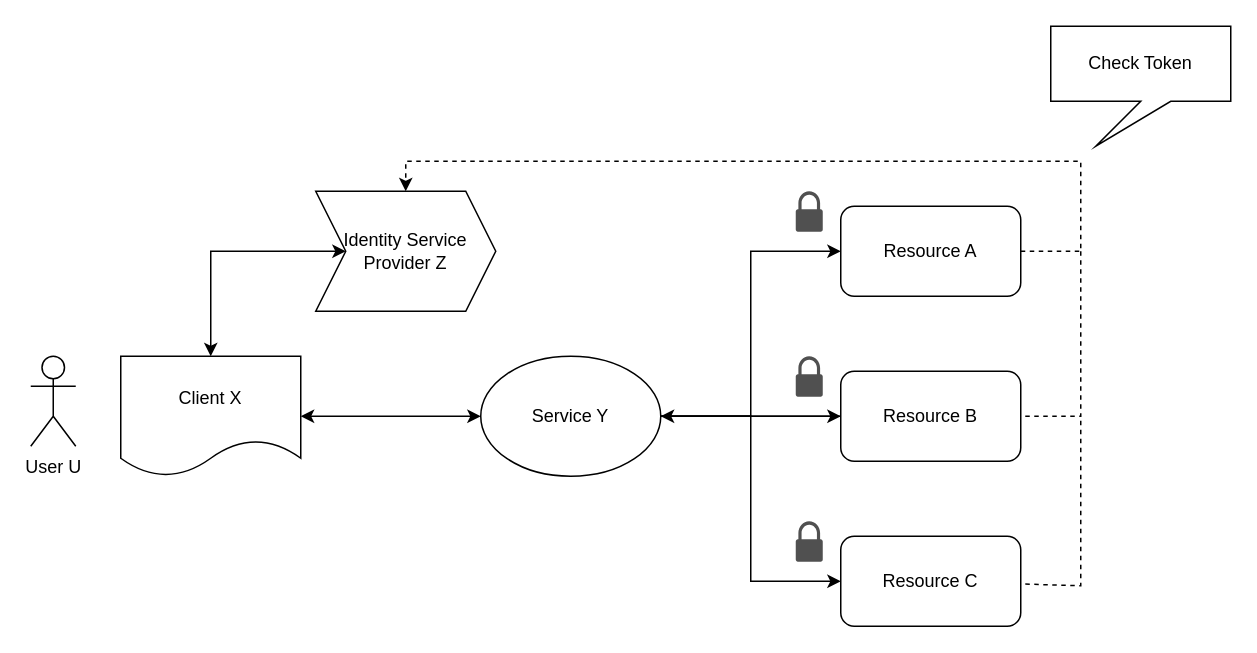
The draw.io diagram page "Transparante Orkestratie" (2 of 4) of overleggen/Werkgroep API design rules/orkestratie/orkestratie.drawio in Geonovum/KP-APIs, before the edit. Source tidied: cells renumbered, new cells numbered last; positions are measured from the earlier drawing's top-left corner, leaving out a move shared by most shapes. Both pictures are drawn from the tidied source at 150%, with x=0, y=0 at pixel (30, 26).
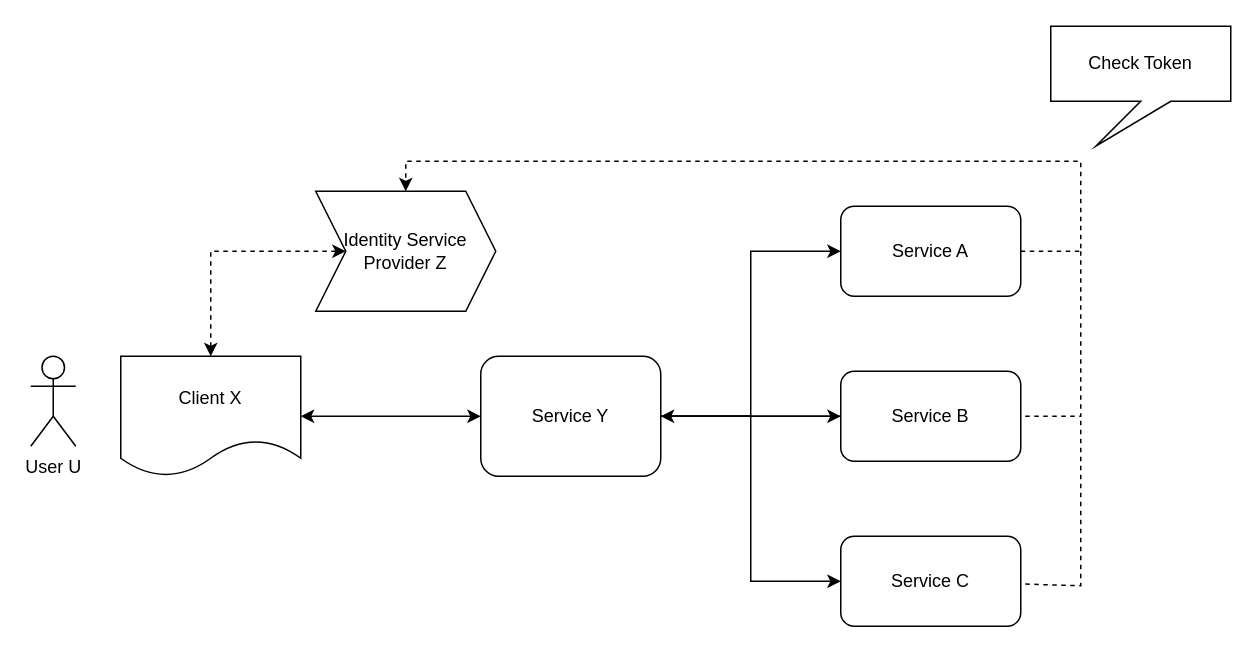
After the change.

The change refers to these unchanged cells:
```xml
<mxCell id="8" value="Client X" style="shape=document;whiteSpace=wrap;html=1;boundedLbl=1;" parent="1" vertex="1">
  <mxGeometry x="60" y="220" width="120" height="80" as="geometry" />
</mxCell>
<mxCell id="14" value="Identity Service Provider Z" style="shape=step;perimeter=stepPerimeter;whiteSpace=wrap;html=1;fixedSize=1;" parent="1" vertex="1">
  <mxGeometry x="190" y="110" width="120" height="80" as="geometry" />
</mxCell>
```

What changed in the source:
```diff
@@
-    <mxCell id="5" value="Service Y" style="ellipse;whiteSpace=wrap;html=1;" parent="1" vertex="1">
+    <mxCell id="5" value="Service Y" style="rounded=1;whiteSpace=wrap;html=1;" parent="1" vertex="1">
       <mxGeometry x="300" y="220" width="120" height="80" as="geometry" />
     </mxCell>
@@
-    <mxCell id="7" style="edgeStyle=orthogonalEdgeStyle;rounded=0;jettySize=auto;html=1;entryX=0;entryY=0.5;entryDx=0;entryDy=0;startArrow=classic;startFill=1;" parent="1" edge="1" source="8" target="14">
+    <mxCell id="7" style="edgeStyle=orthogonalEdgeStyle;rounded=0;jettySize=auto;html=1;entryX=0;entryY=0.5;entryDx=0;entryDy=0;startArrow=classic;startFill=1;dashed=1;" parent="1" edge="1" source="8" target="14">
       <mxGeometry relative="1" as="geometry">
         <Array as="points">
           <mxPoint x="120" y="150" />
         </Array>
       </mxGeometry>
     </mxCell>
@@
-    <mxCell id="10" value="Resource A" style="rounded=1;whiteSpace=wrap;html=1;" parent="1" vertex="1">
+    <mxCell id="10" value="Service A" style="rounded=1;whiteSpace=wrap;html=1;" parent="1" vertex="1">
       <mxGeometry x="540" y="120" width="120" height="60" as="geometry" />
     </mxCell>
@@
-    <mxCell id="12" value="Resource B" style="rounded=1;whiteSpace=wrap;html=1;" parent="1" vertex="1">
+    <mxCell id="12" value="Service B" style="rounded=1;whiteSpace=wrap;html=1;" parent="1" vertex="1">
       <mxGeometry x="540" y="230" width="120" height="60" as="geometry" />
     </mxCell>
-    <mxCell id="13" value="Resource C" style="rounded=1;whiteSpace=wrap;html=1;" parent="1" vertex="1">
+    <mxCell id="13" value="Service C" style="rounded=1;whiteSpace=wrap;html=1;" parent="1" vertex="1">
       <mxGeometry x="540" y="340" width="120" height="60" as="geometry" />
     </mxCell>
@@
-    <mxCell id="15" style="sketch=0;shadow=0;dashed=0;html=1;strokeColor=none;fillColor=#505050;labelPosition=center;verticalLabelPosition=bottom;verticalAlign=top;align=center;shape=mxgraph.office.security.lock_protected;" parent="1" vertex="1">
-      <mxGeometry x="510" y="110" width="18" height="27" as="geometry" />
-    </mxCell>
-    <mxCell id="16" style="sketch=0;shadow=0;dashed=0;html=1;strokeColor=none;fillColor=#505050;labelPosition=center;verticalLabelPosition=bottom;verticalAlign=top;align=center;shape=mxgraph.office.security.lock_protected;" parent="1" vertex="1">
-      <mxGeometry x="510" y="220" width="18" height="27" as="geometry" />
-    </mxCell>
-    <mxCell id="17" style="sketch=0;shadow=0;dashed=0;html=1;strokeColor=none;fillColor=#505050;labelPosition=center;verticalLabelPosition=bottom;verticalAlign=top;align=center;shape=mxgraph.office.security.lock_protected;" parent="1" vertex="1">
-      <mxGeometry x="510" y="330" width="18" height="27" as="geometry" />
-    </mxCell>
```
